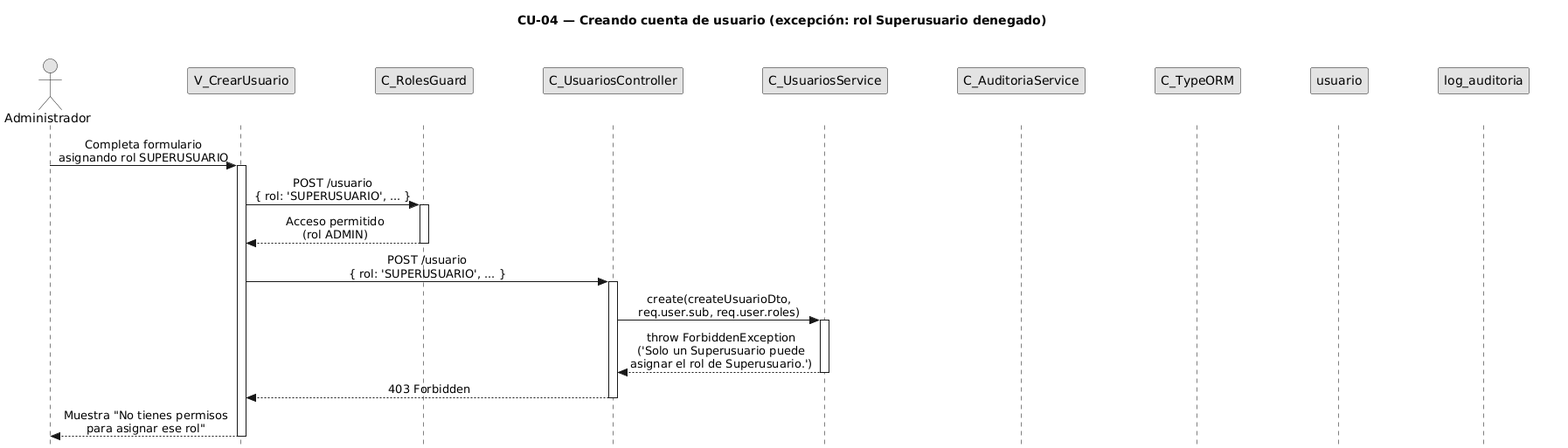
Before: diagramas/diagramas-secuencia/CU04/CU04-exc-rol-superusuario-denegado.png, a diagram exported from PlantUML (FSM-Finet-y-Cable-Magico/Team_1-Inventario-y-Bodega).
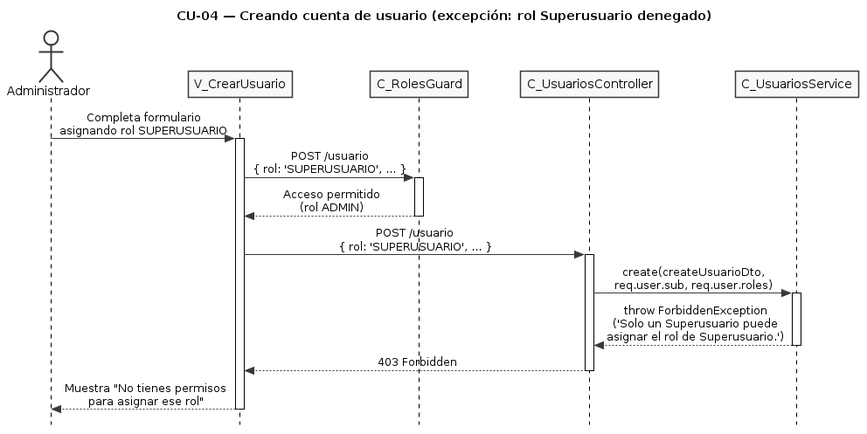
After the change.

The edit, as a diff of the source:
```diff
@@ -5,16 +5,8 @@
 skinparam monochrome true
 skinparam shadowing false
 skinparam sequenceMessageAlign center
-<style>
-sequenceDiagram {
-  participant {
-    Margin 35
-  }
-  actor {
-    Margin 15
-  }
-}
-</style>
+skinparam ParticipantPadding 25
+skinparam ActorPadding 20
 skinparam sequence {
   MessageAlign center
   LifeLineBorderColor black
@@ -26,10 +18,6 @@
 participant "C_RolesGuard" as guard
 participant "C_UsuariosController" as ctrl
 participant "C_UsuariosService" as svc
-participant "C_AuditoriaService" as aud
-participant "C_TypeORM" as orm
-participant "usuario" as uent
-participant "log_auditoria" as aent
 
 user -> view : Completa formulario\nasignando rol SUPERUSUARIO
 activate view
```
